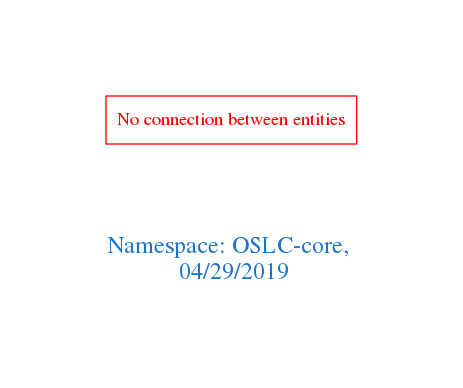
arago/OGIT keeps this Graphviz diagram as downloads/OSLC-core.png. Above is the earlier version. Its source is kept beside it as downloads/OSLC-core.dot.
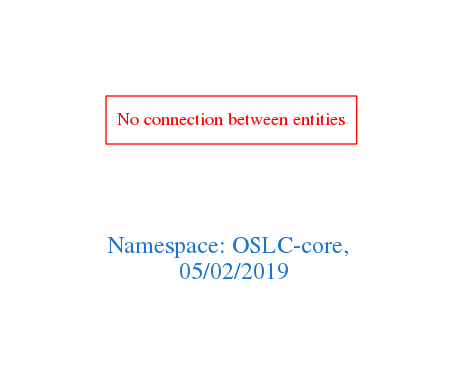
Above is the later version.

What changed in the source:
```diff
@@ -1,7 +1,7 @@
 digraph OGIT_ontology {
  graph [ rankdir= LR,pad=1
 fontsize = 18,
-fontcolor= dodgerblue3,label = "\n\n\nNamespace: OSLC-core, \n 04/29/2019"];
+fontcolor= dodgerblue3,label = "\n\n\nNamespace: OSLC-core, \n 05/02/2019"];
 node[shape=polygon];
 edge [  color="gray81"];
 
```
